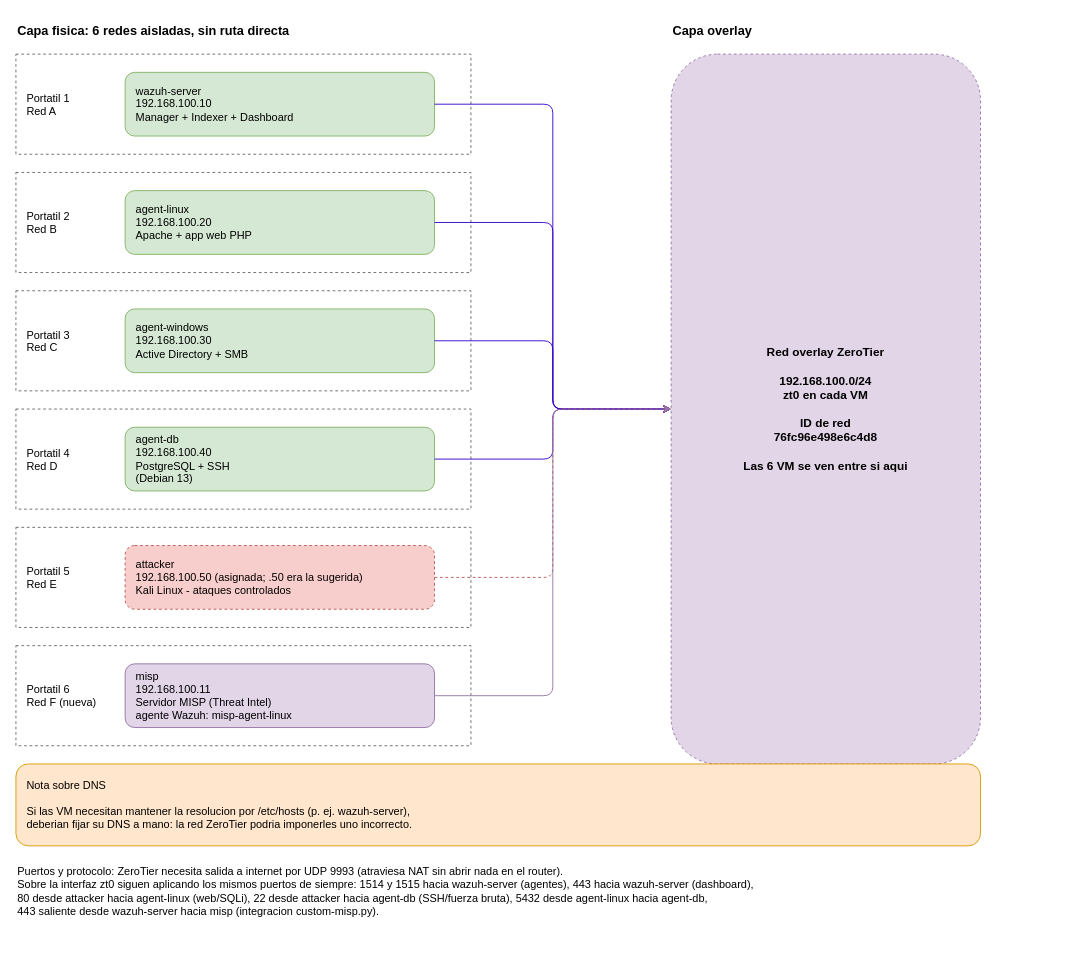
KendallSN/Proyecto-Final-Seguridad_Informatica keeps this draw.io diagram as diagramas/01_topologia_fisica_overlay.drawio. Above is the earlier version. Source tidied: cells renumbered, new cells numbered last; positions are measured from the earlier drawing's top-left corner, leaving out a move shared by most shapes. Both pictures are drawn from the tidied source at 91%, with x=0, y=0 at pixel (15, 17).
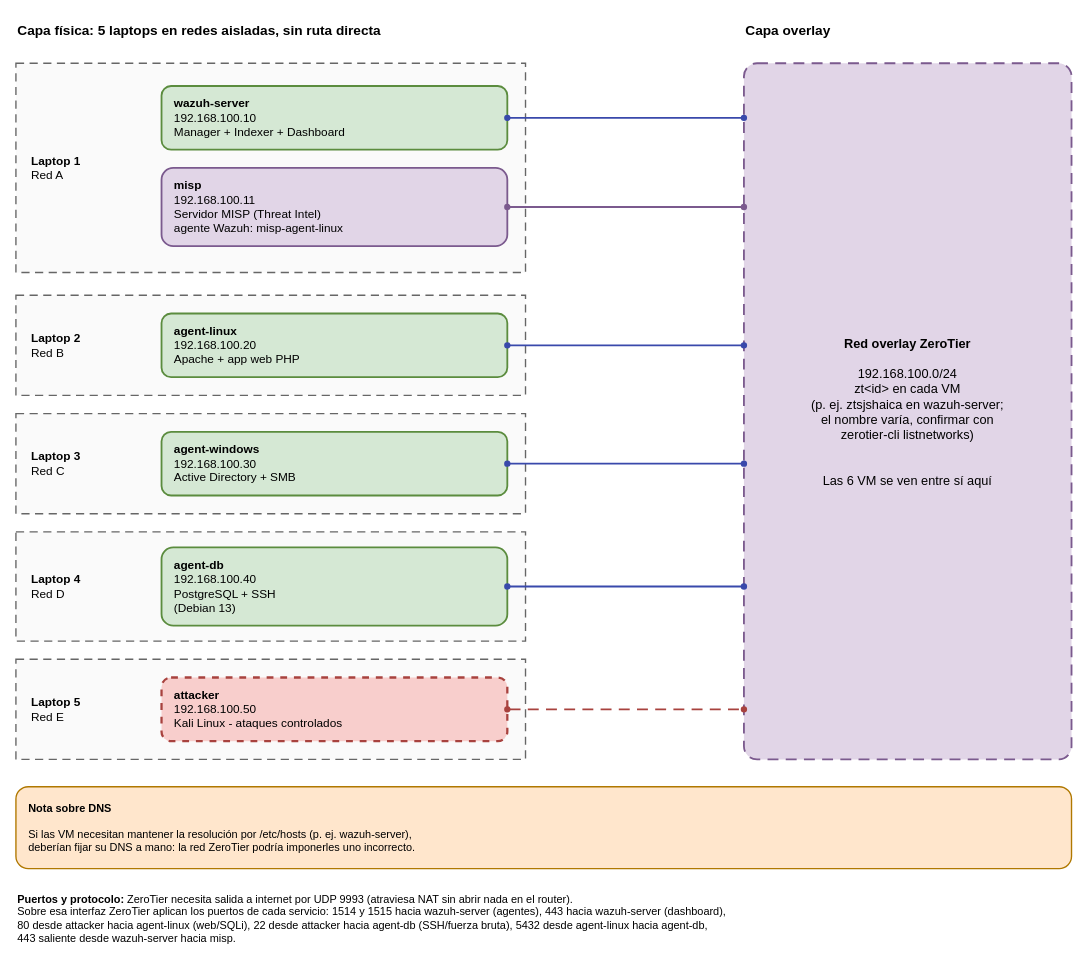
The same page after the edit.

Commit message (it also covers changes not shown here):
chore: restaurar versiones con PNG de los diagramas

What changed in the source:
```diff
@@
-    <mxCell id="2" value="Capa fisica: 6 redes aisladas, sin ruta directa" style="text;html=1;align=left;fontStyle=1;fontSize=14;" parent="1" vertex="1">
-      <mxGeometry width="420" height="30" as="geometry" />
+    <mxCell id="2" value="Capa física: 5 laptops en redes aisladas, sin ruta directa" style="text;html=1;align=left;verticalAlign=middle;fontStyle=1;fontSize=15;" parent="1" vertex="1">
+      <mxGeometry y="-2" width="560" height="30" as="geometry" />
     </mxCell>
-    <mxCell id="3" value="Capa overlay" style="text;html=1;align=left;fontStyle=1;fontSize=14;" parent="1" vertex="1">
-      <mxGeometry x="720" width="200" height="30" as="geometry" />
+    <mxCell id="3" value="Capa overlay" style="text;html=1;align=left;verticalAlign=middle;fontStyle=1;fontSize=15;" parent="1" vertex="1">
+      <mxGeometry x="800" y="-2" width="200" height="30" as="geometry" />
     </mxCell>
-    <mxCell id="4" style="rounded=0;dashed=1;whiteSpace=wrap;html=1;strokeColor=#666666;fillColor=none;" parent="1" vertex="1">
-      <mxGeometry y="40" width="500" height="110" as="geometry" />
+    <mxCell id="4" style="rounded=0;dashed=1;dashPattern=6 4;whiteSpace=wrap;html=1;strokeColor=#666666;strokeWidth=1.5;fillColor=#fafafa;" parent="1" vertex="1">
+      <mxGeometry y="50" width="560" height="230" as="geometry" />
     </mxCell>
-    <mxCell id="5" value="Portatil 1&#10;Red A" style="text;html=1;align=left;fontSize=12;" parent="1" vertex="1">
-      <mxGeometry x="10" y="75" width="100" height="40" as="geometry" />
+    <mxCell id="5" value="&lt;b&gt;Laptop 1&lt;/b&gt;&lt;br&gt;Red A" style="text;html=1;align=left;verticalAlign=middle;fontSize=13;" parent="1" vertex="1">
+      <mxGeometry x="15" y="145" width="130" height="40" as="geometry" />
     </mxCell>
-    <mxCell id="6" value="wazuh-server&#10;192.168.100.10&#10;Manager + Indexer + Dashboard" style="rounded=1;whiteSpace=wrap;html=1;fillColor=#d5e8d4;strokeColor=#82b366;align=left;spacingLeft=10;fontSize=12;" parent="1" vertex="1">
-      <mxGeometry x="120" y="60" width="340" height="70" as="geometry" />
+    <mxCell id="6" value="&lt;b&gt;wazuh-server&lt;/b&gt;&lt;br&gt;192.168.100.10&lt;br&gt;Manager + Indexer + Dashboard" style="rounded=1;whiteSpace=wrap;html=1;fillColor=#d5e8d4;strokeColor=#5B8C3E;strokeWidth=2;align=left;spacingLeft=12;fontSize=13;" parent="1" vertex="1">
+      <mxGeometry x="160" y="75" width="380" height="70" as="geometry" />
     </mxCell>
+    <mxCell id="21" value="&lt;b&gt;misp&lt;/b&gt;&lt;br&gt;192.168.100.11&lt;br&gt;Servidor MISP (Threat Intel)&lt;br&gt;agente Wazuh: misp-agent-linux" style="rounded=1;whiteSpace=wrap;html=1;fillColor=#e1d5e7;strokeColor=#7B5A8E;strokeWidth=2;align=left;spacingLeft=12;fontSize=13;" parent="1" vertex="1">
+      <mxGeometry x="160" y="165" width="380" height="86" as="geometry" />
+    </mxCell>
-    <mxCell id="7" style="rounded=0;dashed=1;whiteSpace=wrap;html=1;strokeColor=#666666;fillColor=none;" parent="1" vertex="1">
-      <mxGeometry y="170" width="500" height="110" as="geometry" />
+    <mxCell id="7" style="rounded=0;dashed=1;dashPattern=6 4;whiteSpace=wrap;html=1;strokeColor=#666666;strokeWidth=1.5;fillColor=#fafafa;" parent="1" vertex="1">
+      <mxGeometry y="305" width="560" height="110" as="geometry" />
     </mxCell>
-    <mxCell id="8" value="Portatil 2&#10;Red B" style="text;html=1;align=left;fontSize=12;" parent="1" vertex="1">
-      <mxGeometry x="10" y="205" width="100" height="40" as="geometry" />
+    <mxCell id="8" value="&lt;b&gt;Laptop 2&lt;/b&gt;&lt;br&gt;Red B" style="text;html=1;align=left;verticalAlign=middle;fontSize=13;" parent="1" vertex="1">
+      <mxGeometry x="15" y="340" width="130" height="40" as="geometry" />
     </mxCell>
-    <mxCell id="9" value="agent-linux&#10;192.168.100.20&#10;Apache + app web PHP" style="rounded=1;whiteSpace=wrap;html=1;fillColor=#d5e8d4;strokeColor=#82b366;align=left;spacingLeft=10;fontSize=12;" parent="1" vertex="1">
-      <mxGeometry x="120" y="190" width="340" height="70" as="geometry" />
+    <mxCell id="9" value="&lt;b&gt;agent-linux&lt;/b&gt;&lt;br&gt;192.168.100.20&lt;br&gt;Apache + app web PHP" style="rounded=1;whiteSpace=wrap;html=1;fillColor=#d5e8d4;strokeColor=#5B8C3E;strokeWidth=2;align=left;spacingLeft=12;fontSize=13;" parent="1" vertex="1">
+      <mxGeometry x="160" y="325" width="380" height="70" as="geometry" />
     </mxCell>
-    <mxCell id="10" style="rounded=0;dashed=1;whiteSpace=wrap;html=1;strokeColor=#666666;fillColor=none;" parent="1" vertex="1">
-      <mxGeometry y="300" width="500" height="110" as="geometry" />
+    <mxCell id="10" style="rounded=0;dashed=1;dashPattern=6 4;whiteSpace=wrap;html=1;strokeColor=#666666;strokeWidth=1.5;fillColor=#fafafa;" parent="1" vertex="1">
+      <mxGeometry y="435" width="560" height="110" as="geometry" />
     </mxCell>
-    <mxCell id="11" value="Portatil 3&#10;Red C" style="text;html=1;align=left;fontSize=12;" parent="1" vertex="1">
-      <mxGeometry x="10" y="335" width="100" height="40" as="geometry" />
+    <mxCell id="11" value="&lt;b&gt;Laptop 3&lt;/b&gt;&lt;br&gt;Red C" style="text;html=1;align=left;verticalAlign=middle;fontSize=13;" parent="1" vertex="1">
+      <mxGeometry x="15" y="470" width="130" height="40" as="geometry" />
     </mxCell>
-    <mxCell id="12" value="agent-windows&#10;192.168.100.30&#10;Active Directory + SMB" style="rounded=1;whiteSpace=wrap;html=1;fillColor=#d5e8d4;strokeColor=#82b366;align=left;spacingLeft=10;fontSize=12;" parent="1" vertex="1">
-      <mxGeometry x="120" y="320" width="340" height="70" as="geometry" />
+    <mxCell id="12" value="&lt;b&gt;agent-windows&lt;/b&gt;&lt;br&gt;192.168.100.30&lt;br&gt;Active Directory + SMB" style="rounded=1;whiteSpace=wrap;html=1;fillColor=#d5e8d4;strokeColor=#5B8C3E;strokeWidth=2;align=left;spacingLeft=12;fontSize=13;" parent="1" vertex="1">
+      <mxGeometry x="160" y="455" width="380" height="70" as="geometry" />
     </mxCell>
-    <mxCell id="13" style="rounded=0;dashed=1;whiteSpace=wrap;html=1;strokeColor=#666666;fillColor=none;" parent="1" vertex="1">
-      <mxGeometry y="430" width="500" height="110" as="geometry" />
+    <mxCell id="13" style="rounded=0;dashed=1;dashPattern=6 4;whiteSpace=wrap;html=1;strokeColor=#666666;strokeWidth=1.5;fillColor=#fafafa;" parent="1" vertex="1">
+      <mxGeometry y="565" width="560" height="120" as="geometry" />
     </mxCell>
-    <mxCell id="14" value="Portatil 4&#10;Red D" style="text;html=1;align=left;fontSize=12;" parent="1" vertex="1">
-      <mxGeometry x="10" y="465" width="100" height="40" as="geometry" />
+    <mxCell id="14" value="&lt;b&gt;Laptop 4&lt;/b&gt;&lt;br&gt;Red D" style="text;html=1;align=left;verticalAlign=middle;fontSize=13;" parent="1" vertex="1">
+      <mxGeometry x="15" y="605" width="130" height="40" as="geometry" />
     </mxCell>
-    <mxCell id="15" value="agent-db&#10;192.168.100.40&#10;PostgreSQL + SSH&#10;(Debian 13)" style="rounded=1;whiteSpace=wrap;html=1;fillColor=#d5e8d4;strokeColor=#82b366;align=left;spacingLeft=10;fontSize=12;" parent="1" vertex="1">
-      <mxGeometry x="120" y="450" width="340" height="70" as="geometry" />
+    <mxCell id="15" value="&lt;b&gt;agent-db&lt;/b&gt;&lt;br&gt;192.168.100.40&lt;br&gt;PostgreSQL + SSH&lt;br&gt;(Debian 13)" style="rounded=1;whiteSpace=wrap;html=1;fillColor=#d5e8d4;strokeColor=#5B8C3E;strokeWidth=2;align=left;spacingLeft=12;fontSize=13;" parent="1" vertex="1">
+      <mxGeometry x="160" y="582" width="380" height="86" as="geometry" />
     </mxCell>
-    <mxCell id="16" style="rounded=0;dashed=1;whiteSpace=wrap;html=1;strokeColor=#666666;fillColor=none;" parent="1" vertex="1">
-      <mxGeometry y="560" width="500" height="110" as="geometry" />
+    <mxCell id="16" style="rounded=0;dashed=1;dashPattern=6 4;whiteSpace=wrap;html=1;strokeColor=#666666;strokeWidth=1.5;fillColor=#fafafa;" parent="1" vertex="1">
+      <mxGeometry y="705" width="560" height="110" as="geometry" />
     </mxCell>
-    <mxCell id="17" value="Portatil 5&#10;Red E" style="text;html=1;align=left;fontSize=12;" parent="1" vertex="1">
-      <mxGeometry x="10" y="595" width="100" height="40" as="geometry" />
+    <mxCell id="17" value="&lt;b&gt;Laptop 5&lt;/b&gt;&lt;br&gt;Red E" style="text;html=1;align=left;verticalAlign=middle;fontSize=13;" parent="1" vertex="1">
+      <mxGeometry x="15" y="740" width="130" height="40" as="geometry" />
     </mxCell>
-    <mxCell id="18" value="attacker&#10;192.168.100.50 (asignada; .50 era la sugerida)&#10;Kali Linux - ataques controlados" style="rounded=1;dashed=1;whiteSpace=wrap;html=1;fillColor=#f8cecc;strokeColor=#b85450;align=left;spacingLeft=10;fontSize=12;" parent="1" vertex="1">
-      <mxGeometry x="120" y="580" width="340" height="70" as="geometry" />
-    </mxCell>
-    <mxCell id="19" style="rounded=0;dashed=1;whiteSpace=wrap;html=1;strokeColor=#666666;fillColor=none;" parent="1" vertex="1">
-      <mxGeometry y="690" width="500" height="110" as="geometry" />
-    </mxCell>
-    <mxCell id="20" value="Portatil 6&#10;Red F (nueva)" style="text;html=1;align=left;fontSize=12;" parent="1" vertex="1">
-      <mxGeometry x="10" y="725" width="100" height="40" as="geometry" />
-    </mxCell>
-    <mxCell id="21" value="misp&#10;192.168.100.11&#10;Servidor MISP (Threat Intel)&#10;agente Wazuh: misp-agent-linux" style="rounded=1;whiteSpace=wrap;html=1;fillColor=#e1d5e7;strokeColor=#9673a6;align=left;spacingLeft=10;fontSize=12;" parent="1" vertex="1">
-      <mxGeometry x="120" y="710" width="340" height="70" as="geometry" />
-    </mxCell>
+    <mxCell id="31" value="&lt;b&gt;attacker&lt;/b&gt;&lt;br&gt;192.168.100.50&lt;br&gt;Kali Linux - ataques controlados" style="rounded=1;dashed=1;whiteSpace=wrap;html=1;fillColor=#f8cecc;strokeColor=#A8423E;strokeWidth=2.5;align=left;spacingLeft=12;fontSize=13;" parent="1" vertex="1">
+      <mxGeometry x="160" y="725" width="380" height="70" as="geometry" />
+    </mxCell>
-    <mxCell id="22" value="Red overlay ZeroTier&#10;&#10;192.168.100.0/24&#10;zt0 en cada VM&#10;&#10;ID de red&#10;76fc96e498e6c4d8&#10;&#10;Las 6 VM se ven entre si aqui" style="rounded=1;dashed=1;whiteSpace=wrap;html=1;fillColor=#e1d5e7;strokeColor=#9673a6;fontSize=13;fontStyle=1;align=center;verticalAlign=middle;" parent="1" vertex="1">
-      <mxGeometry x="720" y="40" width="340" height="780" as="geometry" />
+    <mxCell id="22" value="&lt;b&gt;Red overlay ZeroTier&lt;/b&gt;&lt;br&gt;&lt;br&gt;192.168.100.0/24&lt;br&gt;zt&amp;lt;id&amp;gt; en cada VM&lt;br&gt;(p. ej. ztsjshaica en wazuh-server;&lt;br&gt;el nombre varía, confirmar con&lt;br&gt;zerotier-cli listnetworks)&lt;br&gt;&lt;br&gt;&lt;br&gt;Las 6 VM se ven entre sí aquí" style="rounded=1;arcSize=4;dashed=1;dashPattern=6 4;whiteSpace=wrap;html=1;fillColor=#e1d5e7;strokeColor=#7B5A8E;strokeWidth=2;fontSize=14;align=center;verticalAlign=middle;" parent="1" vertex="1">
+      <mxGeometry x="800" y="50" width="360" height="765" as="geometry" />
     </mxCell>
-    <mxCell id="23" style="edgeStyle=orthogonalEdgeStyle;html=1;strokeColor=#3700CC;" parent="1" edge="1" source="6" target="22">
+    <mxCell id="23" style="edgeStyle=none;html=1;rounded=0;startArrow=oval;startFill=1;startSize=5;endArrow=oval;endFill=1;endSize=5;strokeColor=#3949AB;strokeWidth=2;exitX=1;exitY=0.5;exitDx=0;exitDy=0;entryX=0;entryY=0.0784;entryDx=0;entryDy=0;" parent="1" edge="1" source="6" target="22">
       <mxGeometry relative="1" as="geometry" />
     </mxCell>
-    <mxCell id="24" style="edgeStyle=orthogonalEdgeStyle;html=1;strokeColor=#3700CC;" parent="1" edge="1" source="9" target="22">
+    <mxCell id="24" style="edgeStyle=none;html=1;rounded=0;startArrow=oval;startFill=1;startSize=5;endArrow=oval;endFill=1;endSize=5;strokeColor=#7B5A8E;strokeWidth=2;exitX=1;exitY=0.5;exitDx=0;exitDy=0;entryX=0;entryY=0.2065;entryDx=0;entryDy=0;" parent="1" edge="1" source="21" target="22">
       <mxGeometry relative="1" as="geometry" />
     </mxCell>
-    <mxCell id="25" style="edgeStyle=orthogonalEdgeStyle;html=1;strokeColor=#3700CC;" parent="1" edge="1" source="12" target="22">
+    <mxCell id="25" style="edgeStyle=none;html=1;rounded=0;startArrow=oval;startFill=1;startSize=5;endArrow=oval;endFill=1;endSize=5;strokeColor=#3949AB;strokeWidth=2;exitX=1;exitY=0.5;exitDx=0;exitDy=0;entryX=0;entryY=0.4052;entryDx=0;entryDy=0;" parent="1" edge="1" source="9" target="22">
       <mxGeometry relative="1" as="geometry" />
     </mxCell>
-    <mxCell id="26" style="edgeStyle=orthogonalEdgeStyle;html=1;strokeColor=#3700CC;" parent="1" edge="1" source="15" target="22">
+    <mxCell id="26" style="edgeStyle=none;html=1;rounded=0;startArrow=oval;startFill=1;startSize=5;endArrow=oval;endFill=1;endSize=5;strokeColor=#3949AB;strokeWidth=2;exitX=1;exitY=0.5;exitDx=0;exitDy=0;entryX=0;entryY=0.5752;entryDx=0;entryDy=0;" parent="1" edge="1" source="12" target="22">
       <mxGeometry relative="1" as="geometry" />
     </mxCell>
-    <mxCell id="27" style="edgeStyle=orthogonalEdgeStyle;html=1;dashed=1;strokeColor=#B85450;" parent="1" edge="1" source="18" target="22">
+    <mxCell id="27" style="edgeStyle=none;html=1;rounded=0;startArrow=oval;startFill=1;startSize=5;endArrow=oval;endFill=1;endSize=5;strokeColor=#3949AB;strokeWidth=2;exitX=1;exitY=0.5;exitDx=0;exitDy=0;entryX=0;entryY=0.7516;entryDx=0;entryDy=0;" parent="1" edge="1" source="15" target="22">
       <mxGeometry relative="1" as="geometry" />
     </mxCell>
-    <mxCell id="28" style="edgeStyle=orthogonalEdgeStyle;html=1;strokeColor=#9673A6;" parent="1" edge="1" source="21" target="22">
+    <mxCell id="28" style="edgeStyle=none;html=1;rounded=0;dashed=1;dashPattern=6 4;startArrow=oval;startFill=1;startSize=5;endArrow=oval;endFill=1;endSize=5;strokeColor=#A8423E;strokeWidth=2;exitX=1;exitY=0.5;exitDx=0;exitDy=0;entryX=0;entryY=0.9281;entryDx=0;entryDy=0;" parent="1" edge="1" source="31" target="22">
       <mxGeometry relative="1" as="geometry" />
     </mxCell>
-    <mxCell id="29" value="Nota sobre DNS&#10;&#10;Si las VM necesitan mantener la resolucion por /etc/hosts (p. ej. wazuh-server),&#10;deberian fijar su DNS a mano: la red ZeroTier podria imponerles uno incorrecto." style="rounded=1;whiteSpace=wrap;html=1;fillColor=#ffe6cc;strokeColor=#d79b00;align=left;spacingLeft=10;fontSize=12;" parent="1" vertex="1">
-      <mxGeometry y="820" width="1060" height="90" as="geometry" />
+    <mxCell id="29" value="&lt;b&gt;Nota sobre DNS&lt;/b&gt;&lt;br&gt;&lt;br&gt;Si las VM necesitan mantener la resolución por /etc/hosts (p. ej. wazuh-server),&lt;br&gt;deberían fijar su DNS a mano: la red ZeroTier podría imponerles uno incorrecto." style="rounded=1;whiteSpace=wrap;html=1;fillColor=#ffe6cc;strokeColor=#B07800;strokeWidth=1.5;align=left;spacingLeft=12;fontSize=12;" parent="1" vertex="1">
+      <mxGeometry y="845" width="1160" height="90" as="geometry" />
     </mxCell>
-    <mxCell id="30" value="Puertos y protocolo: ZeroTier necesita salida a internet por UDP 9993 (atraviesa NAT sin abrir nada en el router).&#10;Sobre la interfaz zt0 siguen aplicando los mismos puertos de siempre: 1514 y 1515 hacia wazuh-server (agentes), 443 hacia wazuh-server (dashboard),&#10;80 desde attacker hacia agent-linux (web/SQLi), 22 desde attacker hacia agent-db (SSH/fuerza bruta), 5432 desde agent-linux hacia agent-db,&#10;443 saliente desde wazuh-server hacia misp (integracion custom-misp.py)." style="text;html=1;align=left;fontSize=12;" parent="1" vertex="1">
-      <mxGeometry y="925" width="1060" height="80" as="geometry" />
+    <mxCell id="30" value="&lt;b&gt;Puertos y protocolo:&lt;/b&gt; ZeroTier necesita salida a internet por UDP 9993 (atraviesa NAT sin abrir nada en el router).&lt;br&gt;Sobre esa interfaz ZeroTier aplican los puertos de cada servicio: 1514 y 1515 hacia wazuh-server (agentes), 443 hacia wazuh-server (dashboard),&lt;br&gt;80 desde attacker hacia agent-linux (web/SQLi), 22 desde attacker hacia agent-db (SSH/fuerza bruta), 5432 desde agent-linux hacia agent-db,&lt;br&gt;443 saliente desde wazuh-server hacia misp." style="text;html=1;align=left;verticalAlign=top;fontSize=12;" parent="1" vertex="1">
+      <mxGeometry y="955" width="1160" height="80" as="geometry" />
     </mxCell>
```
